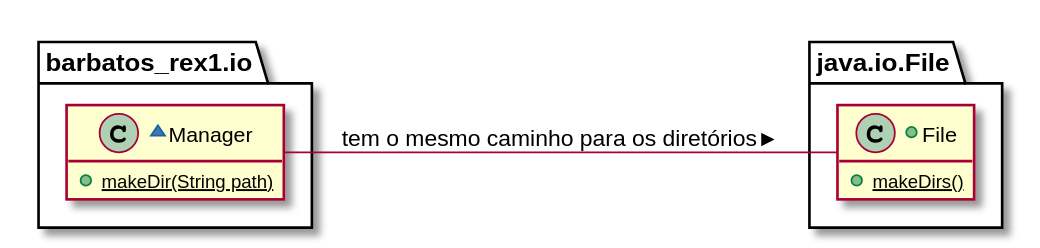
Above: docs/UC1_MD.svg in Barbatos-Rex/IOLib (PlantUML), before the change.
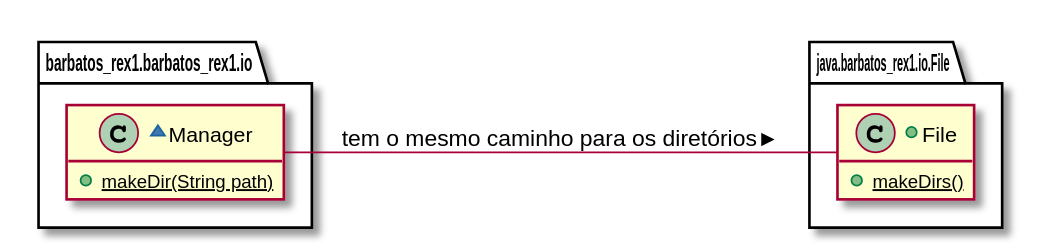
The same file after the commit.

What changed in the source:
```diff
@@ -1,12 +1,12 @@
 @startuml
 left to right direction
 hide fields
-package barbatos_rex1.io{
+package barbatos_rex1.barbatos_rex1.io{
     ~class Manager{
         {static}+makeDir(String path)
     }
 }
-package java.io.File{
+package java.barbatos_rex1.io.File{
     +class File{
         {static}+makeDirs()
     }
```
